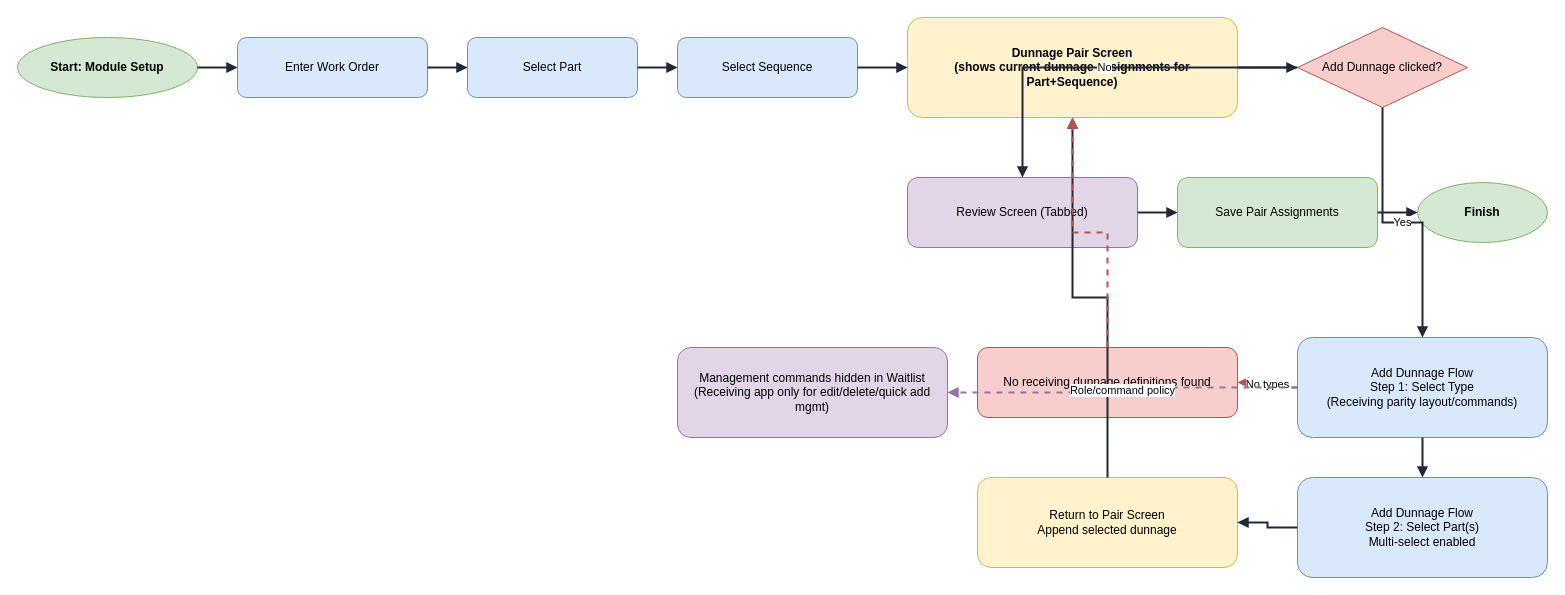
This is Documents/Module_Setup_Dunnage_Pair_Workflow.drawio from JDKoll1982/MTM_Waitlist, a draw.io file, before an edit. Source tidied: cells renumbered, new cells numbered last; positions are measured from the earlier drawing's top-left corner, leaving out a move shared by most shapes. Both pictures are drawn from the tidied source at 100%, with x=0, y=0 at pixel (17, 17).
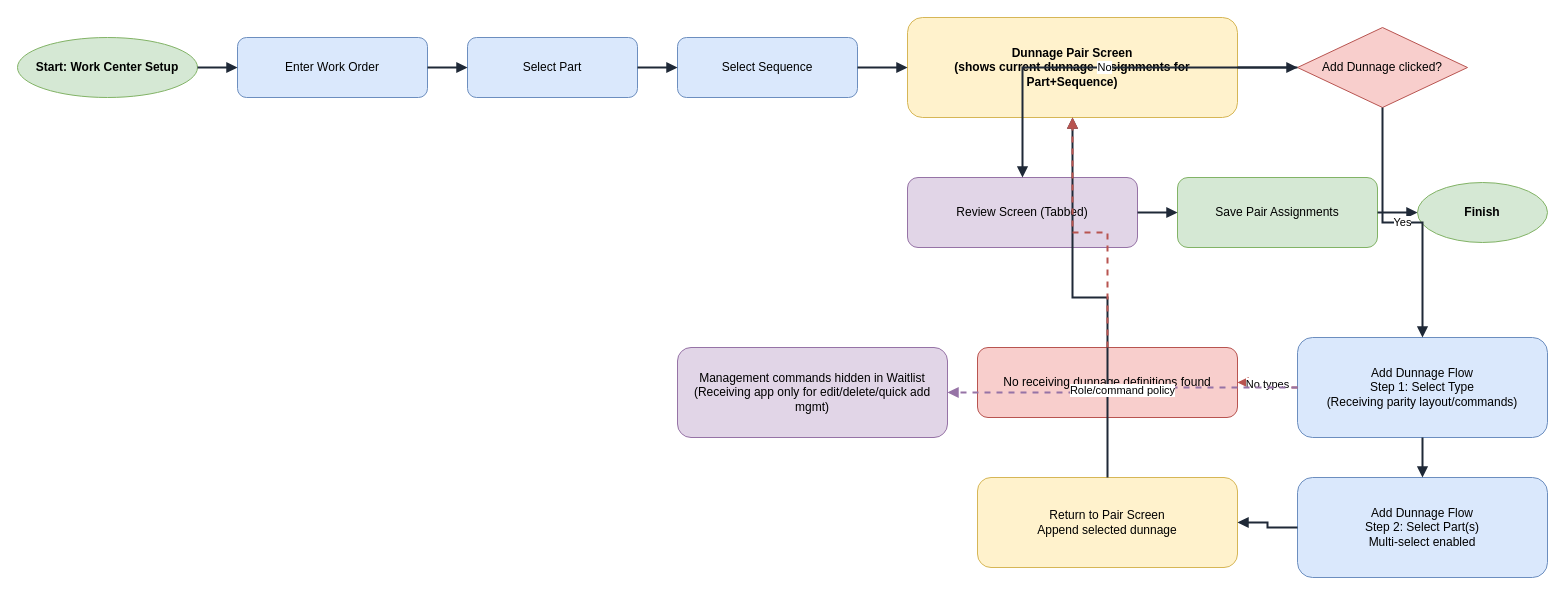
After the change.

The edit, as a diff of the source:
```diff
@@
-    <mxCell id="2" value="Start: Module Setup" style="ellipse;whiteSpace=wrap;html=1;fillColor=#d5e8d4;strokeColor=#82b366;fontStyle=1;" parent="1" vertex="1">
+    <mxCell id="2" value="Start: Work Center Setup" style="ellipse;whiteSpace=wrap;html=1;fillColor=#d5e8d4;strokeColor=#82b366;fontStyle=1;" parent="1" vertex="1">
       <mxGeometry y="20" width="180" height="60" as="geometry" />
     </mxCell>
```
